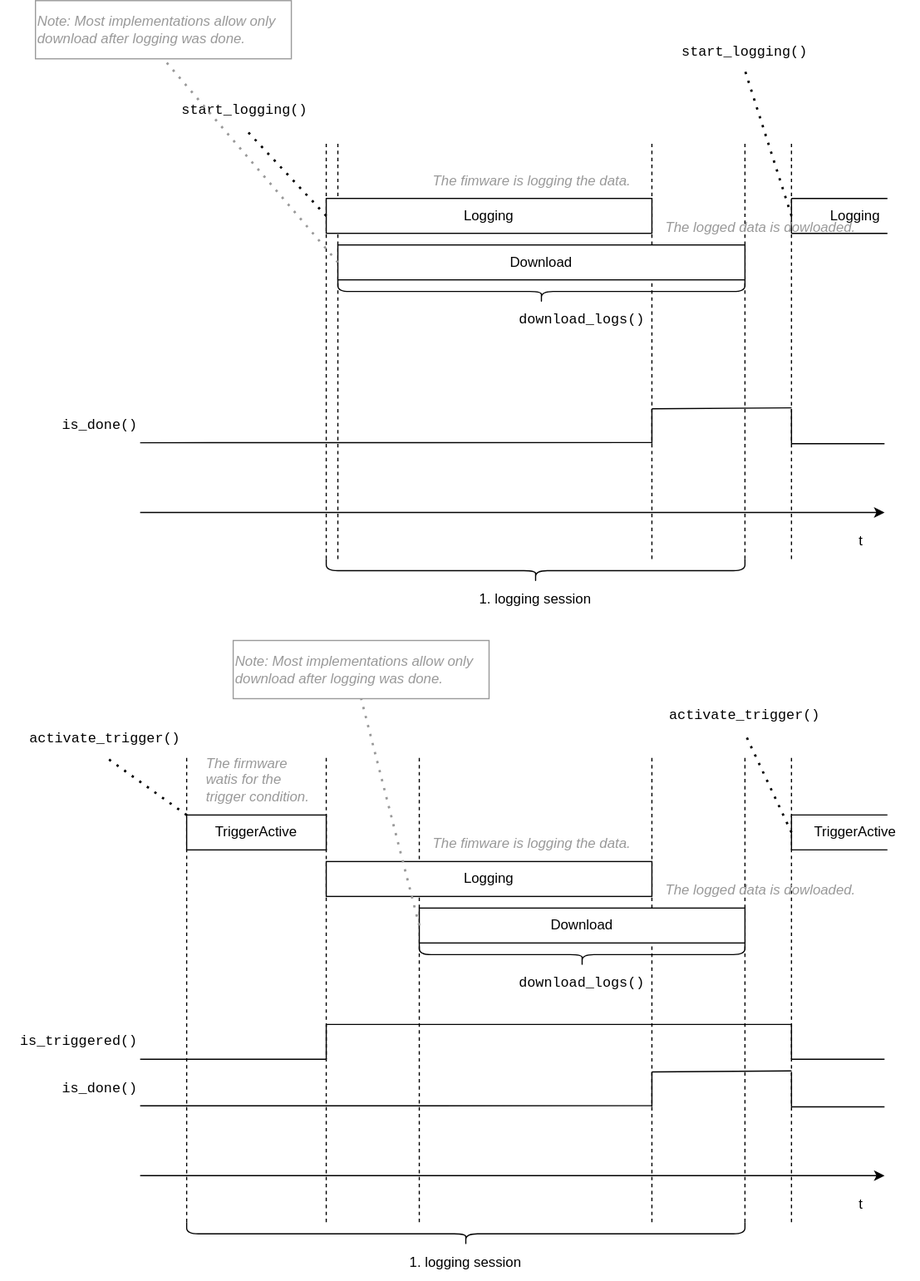
The draw.io diagram docs/datalogger.drawio.svg in analogdevicesinc/PyTrinamic, before a commit. Source tidied: cells renumbered, new cells last; positions are measured from the earlier drawing's top-left corner, leaving out a move shared by most shapes.
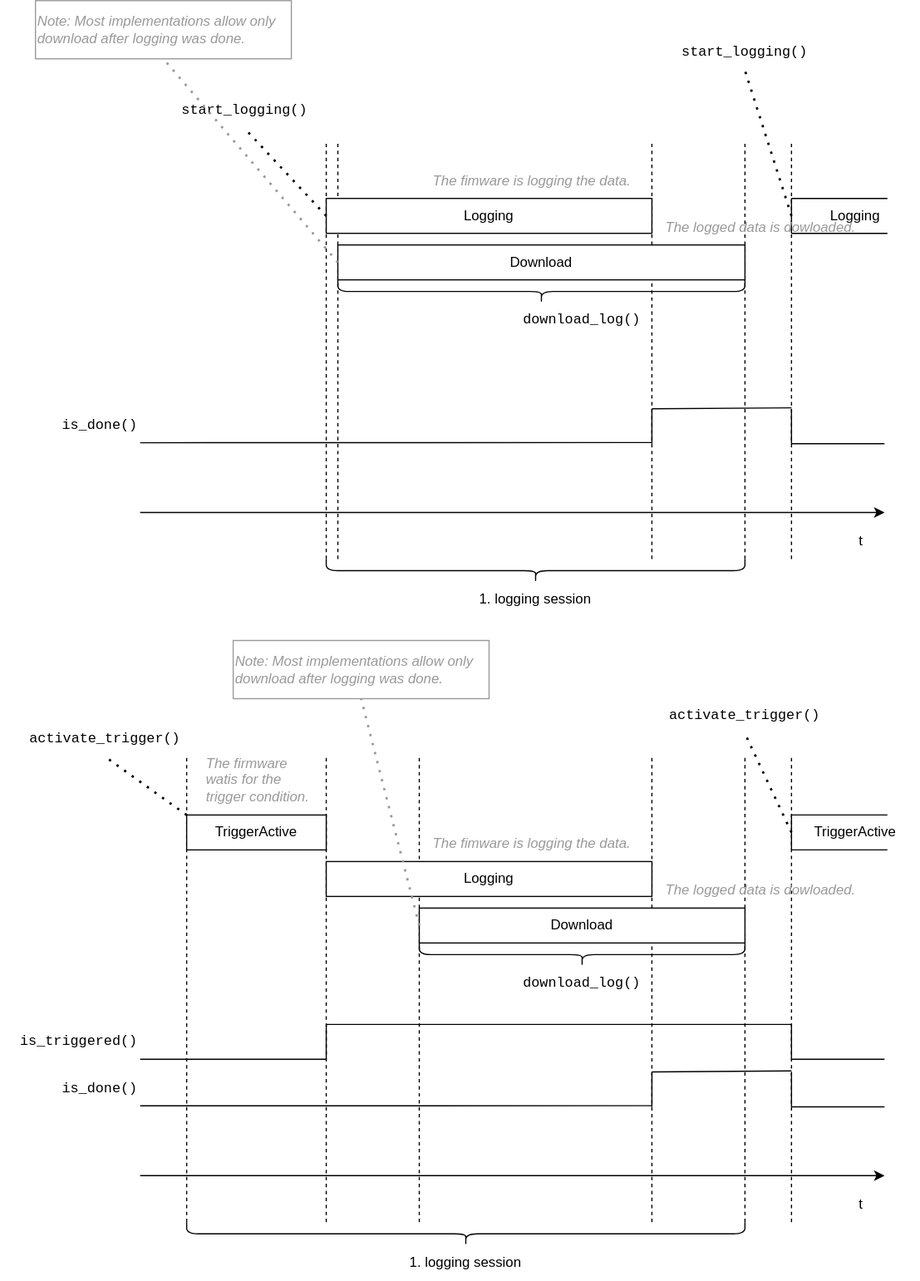
The same diagram one commit later.

Commit message:
Datalogger: Integration suggestions from OL and JH

What changed in the source:
```diff
@@ -68,7 +68,7 @@
     <mxCell id="15" style="shape=curlyBracket;whiteSpace=wrap;html=1;rounded=1;flipH=0;labelPosition=right;verticalLabelPosition=middle;align=left;verticalAlign=middle;direction=south;flipV=1;" parent="1" vertex="1">
       <mxGeometry x="290" y="240" width="350" height="20" as="geometry" />
     </mxCell>
-    <mxCell id="16" value="download_logs()" style="text;html=1;strokeColor=none;fillColor=none;align=center;verticalAlign=middle;whiteSpace=wrap;rounded=0;fontFamily=Courier New;" parent="1" vertex="1">
+    <mxCell id="16" value="download_log()" style="text;html=1;strokeColor=none;fillColor=none;align=center;verticalAlign=middle;whiteSpace=wrap;rounded=0;fontFamily=Courier New;" parent="1" vertex="1">
       <mxGeometry x="470" y="260" width="60" height="30" as="geometry" />
     </mxCell>
     <mxCell id="17" style="endArrow=none;dashed=1;html=1;dashPattern=1 3;strokeWidth=2;entryX=0.5;entryY=1;entryDx=0;entryDy=0;exitX=0;exitY=0.5;exitDx=0;exitDy=0;strokeColor=#999999;" parent="1" edge="1" source="7" target="30">
@@ -224,7 +224,7 @@
     <mxCell id="52" style="shape=curlyBracket;whiteSpace=wrap;html=1;rounded=1;flipH=0;labelPosition=right;verticalLabelPosition=middle;align=left;verticalAlign=middle;direction=south;flipV=1;" parent="1" vertex="1">
       <mxGeometry x="360" y="810" width="280" height="20" as="geometry" />
     </mxCell>
-    <mxCell id="53" value="download_logs()" style="text;html=1;strokeColor=none;fillColor=none;align=center;verticalAlign=middle;whiteSpace=wrap;rounded=0;fontFamily=Courier New;" parent="1" vertex="1">
+    <mxCell id="53" value="download_log()" style="text;html=1;strokeColor=none;fillColor=none;align=center;verticalAlign=middle;whiteSpace=wrap;rounded=0;fontFamily=Courier New;" parent="1" vertex="1">
       <mxGeometry x="470" y="830" width="60" height="30" as="geometry" />
     </mxCell>
     <mxCell id="54" style="endArrow=none;dashed=1;html=1;dashPattern=1 3;strokeWidth=2;entryX=0.5;entryY=1;entryDx=0;entryDy=0;exitX=0;exitY=0.5;exitDx=0;exitDy=0;strokeColor=#999999;" parent="1" edge="1" source="39" target="69">
```
